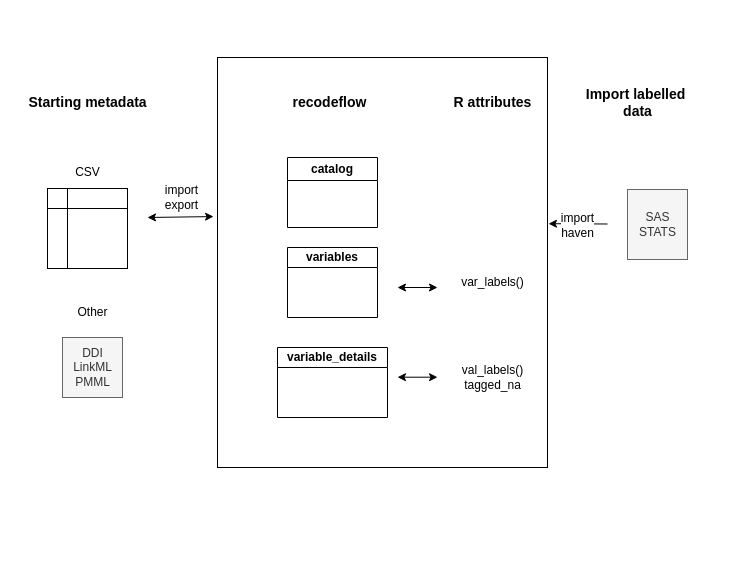
The draw.io diagram docs/recodeflow.drawio in Big-Life-Lab/recodeflow, before the edit. Source tidied: cells renumbered, new cells numbered last; positions are measured from the earlier drawing's top-left corner, leaving out a move shared by most shapes. Both pictures are drawn from the tidied source at 100%, with x=0, y=0 at pixel (17, 57).
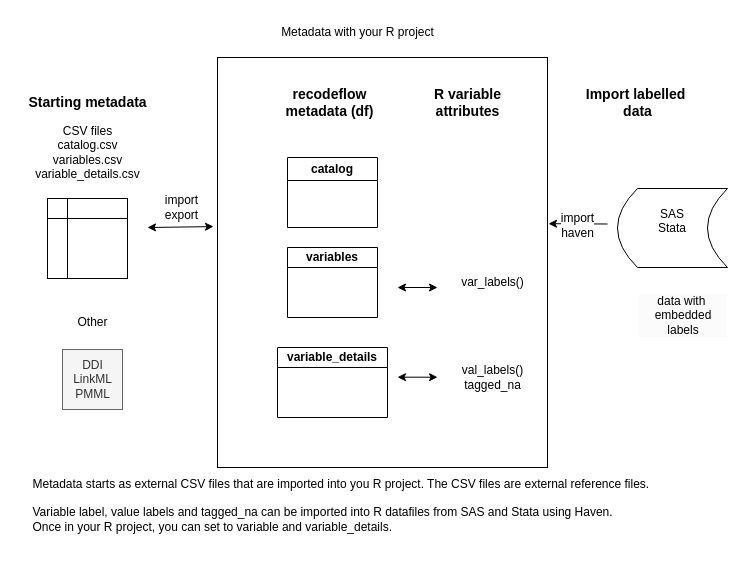
The same page after the edit.

Commit message:
Edits to the import/export diagram

The change refers to these unchanged cells:
```xml
<mxCell id="2" style="rounded=0;whiteSpace=wrap;html=1;" parent="1" vertex="1">
  <mxGeometry x="200" width="330" height="410" as="geometry" />
</mxCell>
```

What changed in the source:
```diff
@@
     <mxCell id="3" style="shape=internalStorage;whiteSpace=wrap;html=1;backgroundOutline=1;" parent="1" vertex="1">
-      <mxGeometry x="30" y="131" width="80" height="80" as="geometry" />
+      <mxGeometry x="30" y="141" width="80" height="80" as="geometry" />
     </mxCell>
@@
-    <mxCell id="5" value="CSV" style="text;html=1;align=center;verticalAlign=middle;strokeColor=none;fillColor=none;" parent="1" vertex="1">
-      <mxGeometry x="45" y="100" width="50" height="30" as="geometry" />
+    <mxCell id="5" value="CSV files&lt;br&gt;catalog.csv&lt;br&gt;variables.csv&lt;br&gt;variable_details.csv" style="text;html=1;align=center;verticalAlign=middle;strokeColor=none;fillColor=none;" parent="1" vertex="1">
+      <mxGeometry x="5" y="60" width="130" height="70" as="geometry" />
     </mxCell>
     <mxCell id="6" value="&lt;div&gt;DDI&lt;br&gt;LinkML&lt;br&gt;PMML&lt;/div&gt;" style="text;html=1;align=center;verticalAlign=middle;strokeColor=#666666;fillColor=#f5f5f5;fontColor=#333333;" parent="1" vertex="1">
-      <mxGeometry x="45" y="280" width="60" height="60" as="geometry" />
+      <mxGeometry x="45" y="292" width="60" height="60" as="geometry" />
     </mxCell>
     <mxCell id="7" value="Other" style="text;html=1;align=center;verticalAlign=middle;strokeColor=none;fillColor=none;" parent="1" vertex="1">
-      <mxGeometry x="50" y="240" width="50" height="30" as="geometry" />
+      <mxGeometry x="50" y="250" width="50" height="30" as="geometry" />
     </mxCell>
-    <mxCell id="8" style="endArrow=classic;startArrow=classic;html=1;rounded=0;entryX=-0.012;entryY=0.388;entryDx=0;entryDy=0;entryPerimeter=0;" parent="1" edge="1" target="2">
+    <mxCell id="8" style="endArrow=classic;startArrow=classic;html=1;rounded=0;entryX=-0.012;entryY=0.388;entryDx=0;entryDy=0;entryPerimeter=0;" parent="1" edge="1">
       <mxGeometry relative="1" as="geometry">
-        <mxPoint x="130" y="160" as="sourcePoint" />
+        <mxPoint x="130" y="170" as="sourcePoint" />
+        <mxPoint x="196" y="169.1" as="targetPoint" />
       </mxGeometry>
     </mxCell>
@@
-    <mxCell id="17" value="&lt;div&gt;&lt;br&gt;&lt;/div&gt;&lt;div&gt;SAS&lt;/div&gt;&lt;div&gt;STATS&lt;/div&gt;&lt;div&gt;&lt;br&gt;&lt;/div&gt;" style="text;html=1;align=center;verticalAlign=middle;fillColor=#f5f5f5;fontColor=#333333;strokeColor=#666666;" parent="1" vertex="1">
-      <mxGeometry x="610" y="132" width="60" height="70" as="geometry" />
-    </mxCell>
@@
-    <mxCell id="20" value="&lt;b&gt;&lt;font style=&quot;font-size: 14px;&quot;&gt;recodeflow&lt;/font&gt;&lt;/b&gt;" style="text;html=1;align=center;verticalAlign=middle;strokeColor=none;fillColor=none;" parent="1" vertex="1">
-      <mxGeometry x="262" y="30" width="100" height="30" as="geometry" />
+    <mxCell id="20" value="&lt;b&gt;&lt;font style=&quot;font-size: 14px;&quot;&gt;recodeflow&lt;br&gt;metadata (df)&lt;br&gt;&lt;/font&gt;&lt;/b&gt;" style="text;html=1;align=center;verticalAlign=middle;strokeColor=none;fillColor=none;" parent="1" vertex="1">
+      <mxGeometry x="257" y="20" width="110" height="50" as="geometry" />
     </mxCell>
@@
-    <mxCell id="22" value="&lt;b&gt;&lt;font style=&quot;font-size: 14px;&quot;&gt;R attributes&lt;/font&gt;&lt;/b&gt;" style="text;html=1;align=center;verticalAlign=middle;strokeColor=none;fillColor=none;" parent="1" vertex="1">
-      <mxGeometry x="425" y="30" width="100" height="30" as="geometry" />
+    <mxCell id="22" value="&lt;b&gt;&lt;font style=&quot;font-size: 14px;&quot;&gt;R variable &lt;br&gt;attributes&lt;/font&gt;&lt;/b&gt;" style="text;html=1;align=center;verticalAlign=middle;strokeColor=none;fillColor=none;" parent="1" vertex="1">
+      <mxGeometry x="405" y="20" width="90" height="50" as="geometry" />
     </mxCell>
+    <mxCell id="23" value="SAS&lt;div&gt;Stata&lt;/div&gt;&lt;div&gt;&lt;br&gt;&lt;/div&gt;" style="shape=dataStorage;whiteSpace=wrap;html=1;fixedSize=1;" parent="1" vertex="1">
+      <mxGeometry x="600" y="131" width="110" height="79" as="geometry" />
+    </mxCell>
+    <mxCell id="24" value="&lt;div style=&quot;forced-color-adjust: none; color: rgb(0, 0, 0); font-family: Helvetica; font-size: 12px; font-style: normal; font-variant-ligatures: normal; font-variant-caps: normal; font-weight: 400; letter-spacing: normal; orphans: 2; text-align: center; text-indent: 0px; text-transform: none; widows: 2; word-spacing: 0px; -webkit-text-stroke-width: 0px; white-space: normal; background-color: rgb(251, 251, 251); text-decoration-thickness: initial; text-decoration-style: initial; text-decoration-color: initial;&quot;&gt;data with&amp;nbsp; embedded labels&lt;/div&gt;" style="text;whiteSpace=wrap;html=1;" parent="1" vertex="1">
+      <mxGeometry x="620" y="230" width="90" height="80" as="geometry" />
+    </mxCell>
+    <mxCell id="25" value="Metadata with your R project" style="text;html=1;align=center;verticalAlign=middle;strokeColor=none;fillColor=none;" parent="1" vertex="1">
+      <mxGeometry x="250" y="-40" width="180" height="30" as="geometry" />
+    </mxCell>
+    <mxCell id="26" value="Metadata starts as external CSV files that are imported into you R project. The CSV files are external reference files.&amp;nbsp;&lt;div&gt;&lt;br&gt;&lt;/div&gt;&lt;div style=&quot;text-align: left;&quot;&gt;Variable label, value labels and tagged_na can be imported into R datafiles from SAS and Stata using Haven.&amp;nbsp;&lt;/div&gt;&lt;div style=&quot;text-align: left;&quot;&gt;Once in your R project, you can set to variable and variable_details.&lt;/div&gt;&lt;div style=&quot;text-align: left;&quot;&gt;&lt;br&gt;&lt;/div&gt;" style="text;html=1;align=center;verticalAlign=middle;strokeColor=none;fillColor=none;" parent="1" vertex="1">
+      <mxGeometry x="5" y="410" width="640" height="90" as="geometry" />
+    </mxCell>
```
